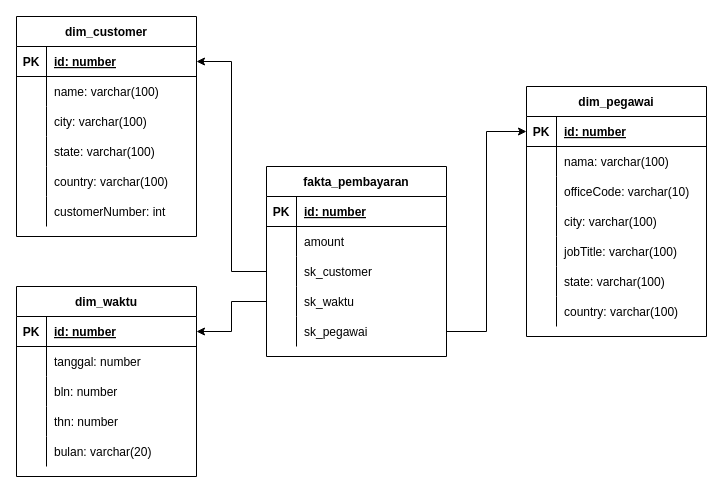
Above: page "payment" (1 of 2) of tm-4/desain-dwh.drawio in Naranindya11/dwh-d (draw.io), before the change. Source tidied: cells renumbered, new cells numbered last; positions are measured from the earlier drawing's top-left corner, leaving out a move shared by most shapes. Both pictures are drawn from the tidied source at 100%, with x=0, y=0 at pixel (16, 16).
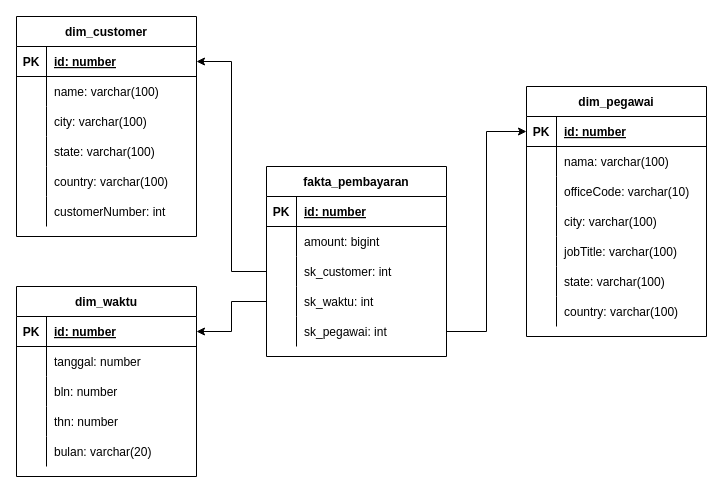
The same page after the edit.

The change refers to these unchanged cells:
```xml
<mxCell id="6" style="shape=partialRectangle;fillColor=none;top=0;left=0;bottom=0;right=0;" parent="2" vertex="1">
  <mxGeometry y="60" width="180" height="30" as="geometry" />
</mxCell>
<mxCell id="9" style="shape=partialRectangle;fillColor=none;top=0;left=0;bottom=0;right=0;points=[[0,0.5],[1,0.5]];portConstraint=eastwest;" parent="2" vertex="1">
  <mxGeometry y="90" width="180" height="30" as="geometry" />
</mxCell>
<mxCell id="12" style="shape=partialRectangle;fillColor=none;top=0;left=0;bottom=0;right=0;points=[[0,0.5],[1,0.5]];portConstraint=eastwest;" parent="2" vertex="1">
  <mxGeometry y="120" width="180" height="30" as="geometry" />
</mxCell>
<mxCell id="15" style="shape=partialRectangle;fillColor=none;top=0;left=0;bottom=0;right=0;points=[[0,0.5],[1,0.5]];portConstraint=eastwest;" parent="2" vertex="1">
  <mxGeometry y="150" width="180" height="30" as="geometry" />
</mxCell>
```

The edit, as a diff of the source:
```diff
@@
-    <mxCell id="8" value="amount" style="shape=partialRectangle;fillColor=none;top=0;left=0;bottom=0;right=0;align=left;spacingLeft=6;overflow=hidden;" parent="6" vertex="1">
+    <mxCell id="8" value="amount: bigint" style="shape=partialRectangle;fillColor=none;top=0;left=0;bottom=0;right=0;align=left;spacingLeft=6;overflow=hidden;" parent="6" vertex="1">
       <mxGeometry x="30" width="150" height="30" as="geometry" />
     </mxCell>
@@
-    <mxCell id="11" value="sk_customer" style="shape=partialRectangle;fillColor=none;top=0;left=0;bottom=0;right=0;align=left;spacingLeft=6;overflow=hidden;" parent="9" vertex="1">
+    <mxCell id="11" value="sk_customer: int" style="shape=partialRectangle;fillColor=none;top=0;left=0;bottom=0;right=0;align=left;spacingLeft=6;overflow=hidden;" parent="9" vertex="1">
       <mxGeometry x="30" width="150" height="30" as="geometry" />
     </mxCell>
@@
-    <mxCell id="14" value="sk_waktu" style="shape=partialRectangle;fillColor=none;top=0;left=0;bottom=0;right=0;align=left;spacingLeft=6;overflow=hidden;" parent="12" vertex="1">
+    <mxCell id="14" value="sk_waktu: int" style="shape=partialRectangle;fillColor=none;top=0;left=0;bottom=0;right=0;align=left;spacingLeft=6;overflow=hidden;" parent="12" vertex="1">
       <mxGeometry x="30" width="150" height="30" as="geometry" />
     </mxCell>
@@
-    <mxCell id="17" value="sk_pegawai" style="shape=partialRectangle;fillColor=none;top=0;left=0;bottom=0;right=0;align=left;spacingLeft=6;overflow=hidden;" parent="15" vertex="1">
+    <mxCell id="17" value="sk_pegawai: int" style="shape=partialRectangle;fillColor=none;top=0;left=0;bottom=0;right=0;align=left;spacingLeft=6;overflow=hidden;" parent="15" vertex="1">
       <mxGeometry x="30" width="150" height="30" as="geometry" />
     </mxCell>
```
